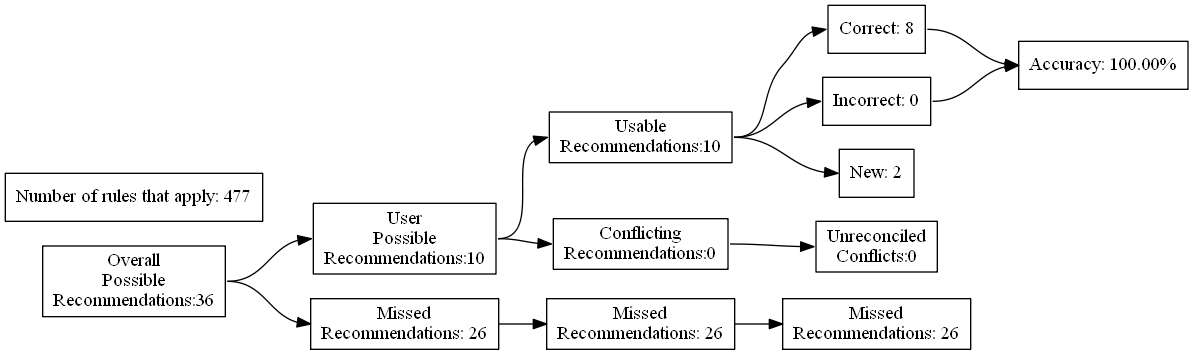
Before: test_renders/76.gv.png, a diagram exported from Graphviz (ZaxR/ibd_diet_analysis). Its source is kept beside it as test_renders/76.gv. Source of this version:
```dot
digraph {
	graph [rankdir=LR]
	node [pos=r shape=box]
	edge [headport=w tailport=e]
		A [label="Overall
Possible
Recommendations:36"]
		B [label="User
Possible
Recommendations:10"]
		C [label="Missed
Recommendations: 26"]
		D [label="Usable
Recommendations:10"]
		E [label="Conflicting
Recommendations:0"]
		J [label="Missed
Recommendations: 26"]
		M [label="Unreconciled
Conflicts:0"]
		F [label="Correct: 8"]
		G [label="Incorrect: 0"]
		H [label="New: 2"]
		K [label="Missed
Recommendations: 26"]
		I [label="Accuracy: 100.00%"]
		l [label="Number of rules that apply: 477"]
			A -> B
			A -> C
			B -> D
			B -> E
			D -> F
			D -> G
			D -> H
			F -> I
			G -> I
			C -> J
			J -> K
			E -> M
}
```
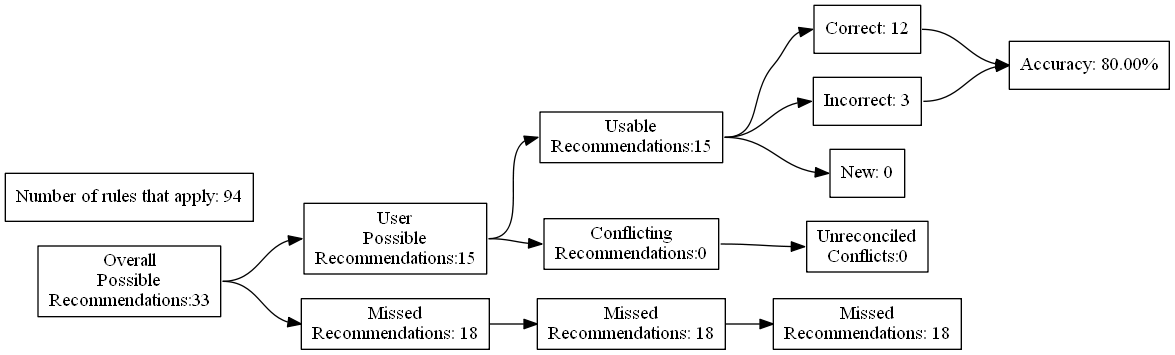
Later version of the same file.

The edit, as a diff of the source:
```diff
@@ -4,27 +4,27 @@
 	edge [headport=w tailport=e]
 		A [label="Overall
 Possible
-Recommendations:36"]
+Recommendations:33"]
 		B [label="User
 Possible
-Recommendations:10"]
+Recommendations:15"]
 		C [label="Missed
-Recommendations: 26"]
+Recommendations: 18"]
 		D [label="Usable
-Recommendations:10"]
+Recommendations:15"]
 		E [label="Conflicting
 Recommendations:0"]
 		J [label="Missed
-Recommendations: 26"]
+Recommendations: 18"]
 		M [label="Unreconciled
 Conflicts:0"]
-		F [label="Correct: 8"]
-		G [label="Incorrect: 0"]
-		H [label="New: 2"]
+		F [label="Correct: 12"]
+		G [label="Incorrect: 3"]
+		H [label="New: 0"]
 		K [label="Missed
-Recommendations: 26"]
-		I [label="Accuracy: 100.00%"]
-		l [label="Number of rules that apply: 477"]
+Recommendations: 18"]
+		I [label="Accuracy: 80.00%"]
+		l [label="Number of rules that apply: 94"]
 			A -> B
 			A -> C
 			B -> D
```
